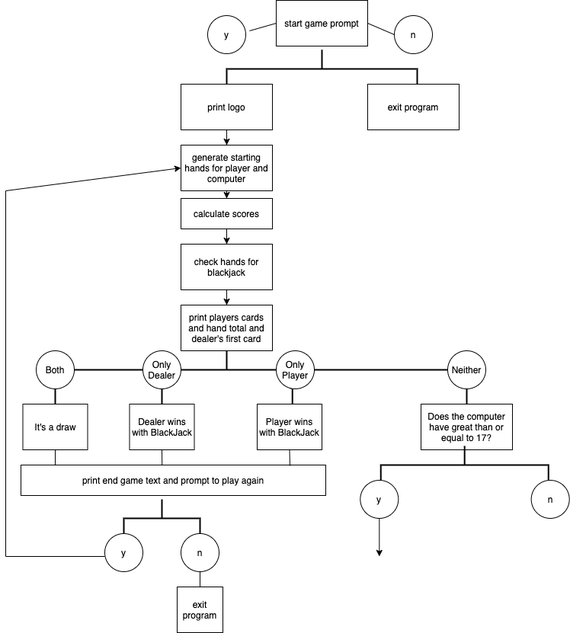
Before: Day11/BlackJackFlowchart.png, a diagram exported from draw.io (waterseeker/100DaysOfCodePython). Source tidied: cells renumbered, new cells last; positions are measured from the earlier drawing's top-left corner, leaving out a move shared by most shapes.
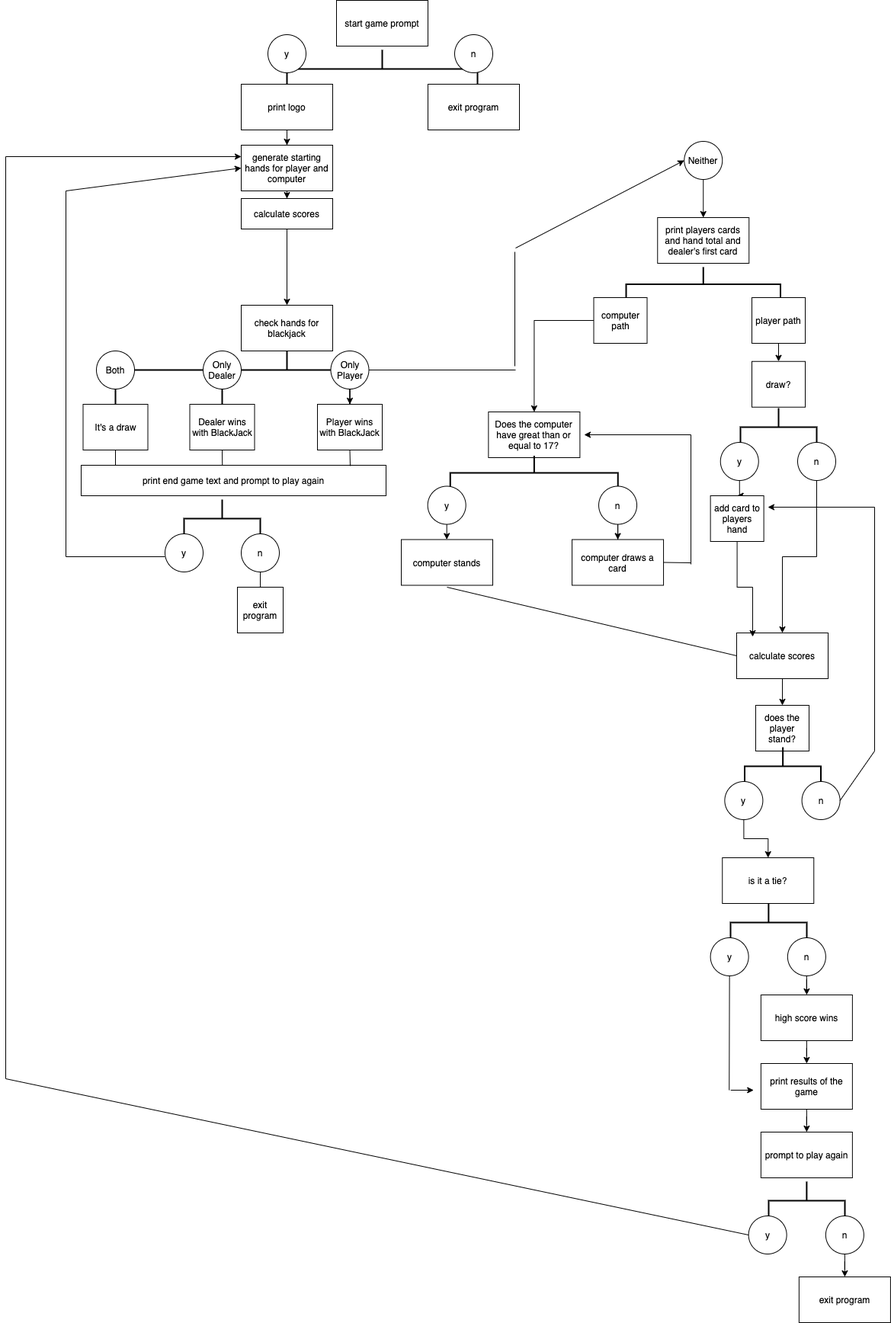
The same file after the commit.

Commit message:
added score logic, working on gameplay

Change to the diagram source:
```diff
@@ -29,28 +29,22 @@
       <mxGeometry x="230" y="225" width="120" height="60" as="geometry" />
     </mxCell>
     <mxCell id="10" value="print players cards and hand total and dealer's first card" style="rounded=0;whiteSpace=wrap;html=1;" parent="1" vertex="1">
-      <mxGeometry x="230" y="435" width="120" height="60" as="geometry" />
+      <mxGeometry x="776.2" y="320" width="120" height="60" as="geometry" />
     </mxCell>
     <mxCell id="11" style="strokeWidth=2;html=1;shape=mxgraph.flowchart.annotation_2;align=left;labelPosition=right;rotation=90;" parent="1" vertex="1">
       <mxGeometry x="265" y="435" width="50" height="170" as="geometry" />
     </mxCell>
-    <mxCell id="12" style="edgeStyle=orthogonalEdgeStyle;rounded=0;jettySize=auto;html=1;" parent="1" edge="1" source="13" target="10">
-      <mxGeometry relative="1" as="geometry" />
-    </mxCell>
     <mxCell id="13" value="check hands for blackjack" style="rounded=0;whiteSpace=wrap;html=1;" parent="1" vertex="1">
-      <mxGeometry x="230" y="355" width="120" height="60" as="geometry" />
+      <mxGeometry x="230" y="435" width="120" height="60" as="geometry" />
     </mxCell>
     <mxCell id="14" style="strokeWidth=2;html=1;shape=mxgraph.flowchart.annotation_1;align=left;rotation=90;" parent="1" vertex="1">
       <mxGeometry x="110" y="475" width="50" height="140" as="geometry" />
     </mxCell>
-    <mxCell id="15" style="strokeWidth=2;html=1;shape=mxgraph.flowchart.annotation_1;align=left;rotation=90;" parent="1" vertex="1">
-      <mxGeometry x="465.6" y="430.6" width="50" height="228.8" as="geometry" />
-    </mxCell>
     <mxCell id="16" value="y" style="ellipse;whiteSpace=wrap;html=1;" parent="1" vertex="1">
-      <mxGeometry x="265" y="55" width="50" height="50" as="geometry" />
+      <mxGeometry x="265" y="80" width="50" height="50" as="geometry" />
     </mxCell>
     <mxCell id="17" value="n" style="ellipse;whiteSpace=wrap;html=1;" parent="1" vertex="1">
-      <mxGeometry x="510" y="55" width="50" height="50" as="geometry" />
+      <mxGeometry x="510" y="80" width="50" height="50" as="geometry" />
     </mxCell>
     <mxCell id="18" value="Both" style="ellipse;whiteSpace=wrap;html=1;" parent="1" vertex="1">
       <mxGeometry x="40" y="495" width="50" height="50" as="geometry" />
@@ -58,11 +52,17 @@
     <mxCell id="19" value="Only Dealer" style="ellipse;whiteSpace=wrap;html=1;" parent="1" vertex="1">
       <mxGeometry x="180" y="495" width="50" height="50" as="geometry" />
     </mxCell>
+    <mxCell id="46" style="edgeStyle=orthogonalEdgeStyle;rounded=0;jettySize=auto;html=1;" parent="1" edge="1" source="20" target="24">
+      <mxGeometry relative="1" as="geometry" />
+    </mxCell>
     <mxCell id="20" value="Only Player" style="ellipse;whiteSpace=wrap;html=1;" parent="1" vertex="1">
-      <mxGeometry x="355" y="495" width="50" height="50" as="geometry" />
+      <mxGeometry x="347.5" y="495" width="50" height="50" as="geometry" />
     </mxCell>
+    <mxCell id="47" style="edgeStyle=orthogonalEdgeStyle;rounded=0;jettySize=auto;html=1;entryX=0.5;entryY=0;entryDx=0;entryDy=0;" parent="1" edge="1" source="21" target="10">
+      <mxGeometry relative="1" as="geometry" />
+    </mxCell>
     <mxCell id="21" value="Neither" style="ellipse;whiteSpace=wrap;html=1;" parent="1" vertex="1">
-      <mxGeometry x="580" y="495" width="50" height="50" as="geometry" />
+      <mxGeometry x="811.2" y="220" width="50" height="50" as="geometry" />
     </mxCell>
     <mxCell id="22" value="It's a draw" style="rounded=0;whiteSpace=wrap;html=1;" parent="1" vertex="1">
       <mxGeometry x="22.5" y="565" width="85" height="60" as="geometry" />
@@ -73,14 +73,6 @@
     <mxCell id="24" value="Player wins with BlackJack" style="rounded=0;whiteSpace=wrap;html=1;" parent="1" vertex="1">
       <mxGeometry x="330" y="565" width="85" height="60" as="geometry" />
     </mxCell>
-    <mxCell id="25" style="endArrow=none;html=1;entryX=0;entryY=0.5;entryDx=0;entryDy=0;" parent="1" edge="1" target="2">
-      <mxGeometry relative="1" as="geometry">
-        <mxPoint x="320" y="75" as="sourcePoint" />
-      </mxGeometry>
-    </mxCell>
-    <mxCell id="26" style="endArrow=none;html=1;entryX=0;entryY=0.5;entryDx=0;entryDy=0;exitX=1;exitY=0.5;exitDx=0;exitDy=0;" parent="1" edge="1" source="2" target="17">
-      <mxGeometry relative="1" as="geometry" />
-    </mxCell>
     <mxCell id="27" value="print end game text and prompt to play again" style="rounded=0;whiteSpace=wrap;html=1;" parent="1" vertex="1">
       <mxGeometry x="20" y="645" width="400" height="40" as="geometry" />
     </mxCell>
@@ -138,21 +130,215 @@
       <mxGeometry x="230" y="295" width="120" height="40" as="geometry" />
     </mxCell>
     <mxCell id="41" value="Does the computer have great than or equal to 17?" style="rounded=0;whiteSpace=wrap;html=1;" parent="1" vertex="1">
-      <mxGeometry x="545" y="565" width="120" height="60" as="geometry" />
+      <mxGeometry x="554.4" y="575" width="120" height="60" as="geometry" />
     </mxCell>
     <mxCell id="42" style="strokeWidth=2;html=1;shape=mxgraph.flowchart.annotation_2;align=left;labelPosition=right;rotation=90;" parent="1" vertex="1">
-      <mxGeometry x="577.2" y="535" width="50" height="220" as="geometry" />
+      <mxGeometry x="591.9" y="545" width="45" height="220" as="geometry" />
     </mxCell>
-    <mxCell id="43" style="edgeStyle=orthogonalEdgeStyle;rounded=0;jettySize=auto;html=1;" parent="1" edge="1" source="44">
-      <mxGeometry relative="1" as="geometry">
-        <mxPoint x="490.3" y="765" as="targetPoint" />
-      </mxGeometry>
-    </mxCell>
+    <mxCell id="48" style="edgeStyle=orthogonalEdgeStyle;rounded=0;jettySize=auto;html=1;entryX=0.5;entryY=0;entryDx=0;entryDy=0;" parent="1" edge="1" source="44" target="50">
+      <mxGeometry relative="1" as="geometry" />
+    </mxCell>
     <mxCell id="44" value="y" style="ellipse;whiteSpace=wrap;html=1;" parent="1" vertex="1">
-      <mxGeometry x="465.3" y="665" width="50" height="50" as="geometry" />
+      <mxGeometry x="474.7" y="672.5" width="50" height="50" as="geometry" />
     </mxCell>
+    <mxCell id="49" style="edgeStyle=orthogonalEdgeStyle;rounded=0;jettySize=auto;html=1;entryX=0.5;entryY=0;entryDx=0;entryDy=0;" parent="1" edge="1" source="45" target="51">
+      <mxGeometry relative="1" as="geometry" />
+    </mxCell>
     <mxCell id="45" value="n" style="ellipse;whiteSpace=wrap;html=1;" parent="1" vertex="1">
-      <mxGeometry x="689.7" y="665" width="50" height="50" as="geometry" />
+      <mxGeometry x="699" y="672.5" width="50" height="50" as="geometry" />
     </mxCell>
+    <mxCell id="50" value="computer stands" style="rounded=0;whiteSpace=wrap;html=1;" parent="1" vertex="1">
+      <mxGeometry x="440" y="742.5" width="120" height="60" as="geometry" />
+    </mxCell>
+    <mxCell id="51" value="computer draws a card" style="rounded=0;whiteSpace=wrap;html=1;" parent="1" vertex="1">
+      <mxGeometry x="664.1" y="742.5" width="120" height="60" as="geometry" />
+    </mxCell>
+    <mxCell id="52" style="strokeWidth=2;html=1;shape=mxgraph.flowchart.annotation_2;align=left;labelPosition=right;rotation=90;" parent="1" vertex="1">
+      <mxGeometry x="813.8" y="306.2" width="45" height="202.5" as="geometry" />
+    </mxCell>
+    <mxCell id="53" style="edgeStyle=orthogonalEdgeStyle;rounded=0;jettySize=auto;html=1;entryX=0.5;entryY=0;entryDx=0;entryDy=0;" parent="1" edge="1" source="54" target="41">
+      <mxGeometry relative="1" as="geometry" />
+    </mxCell>
+    <mxCell id="54" value="computer path" style="rounded=0;whiteSpace=wrap;html=1;" parent="1" vertex="1">
+      <mxGeometry x="692.5" y="425" width="70" height="60" as="geometry" />
+    </mxCell>
+    <mxCell id="55" style="edgeStyle=orthogonalEdgeStyle;rounded=0;jettySize=auto;html=1;entryX=0.5;entryY=0;entryDx=0;entryDy=0;" parent="1" edge="1" source="56" target="64">
+      <mxGeometry relative="1" as="geometry" />
+    </mxCell>
+    <mxCell id="56" value="player path" style="rounded=0;whiteSpace=wrap;html=1;" parent="1" vertex="1">
+      <mxGeometry x="900" y="425" width="70" height="60" as="geometry" />
+    </mxCell>
+    <mxCell id="57" style="endArrow=none;html=1;exitX=1;exitY=0.5;exitDx=0;exitDy=0;" parent="1" edge="1" source="51">
+      <mxGeometry relative="1" as="geometry">
+        <mxPoint x="820" y="773" as="targetPoint" />
+      </mxGeometry>
+    </mxCell>
+    <mxCell id="58" style="endArrow=none;html=1;" parent="1" edge="1">
+      <mxGeometry relative="1" as="geometry">
+        <mxPoint x="820" y="605" as="sourcePoint" />
+        <mxPoint x="820" y="775" as="targetPoint" />
+      </mxGeometry>
+    </mxCell>
+    <mxCell id="59" style="endArrow=classic;html=1;" parent="1" edge="1">
+      <mxGeometry relative="1" as="geometry">
+        <mxPoint x="820" y="605" as="sourcePoint" />
+        <mxPoint x="680" y="605" as="targetPoint" />
+      </mxGeometry>
+    </mxCell>
+    <mxCell id="60" style="strokeWidth=2;html=1;shape=mxgraph.flowchart.annotation_2;align=left;labelPosition=right;rotation=90;" parent="1" vertex="1">
+      <mxGeometry x="910" y="545" width="50" height="100" as="geometry" />
+    </mxCell>
+    <mxCell id="61" style="endArrow=none;html=1;entryX=1;entryY=0.5;entryDx=0;entryDy=0;" parent="1" edge="1" target="20">
+      <mxGeometry relative="1" as="geometry">
+        <mxPoint x="590" y="520" as="sourcePoint" />
+      </mxGeometry>
+    </mxCell>
+    <mxCell id="62" style="endArrow=none;html=1;" parent="1" edge="1">
+      <mxGeometry relative="1" as="geometry">
+        <mxPoint x="589" y="365" as="sourcePoint" />
+        <mxPoint x="589" y="515" as="targetPoint" />
+      </mxGeometry>
+    </mxCell>
+    <mxCell id="63" style="endArrow=classic;html=1;entryX=0;entryY=0.5;entryDx=0;entryDy=0;" parent="1" edge="1" target="21">
+      <mxGeometry relative="1" as="geometry">
+        <mxPoint x="590" y="360" as="sourcePoint" />
+      </mxGeometry>
+    </mxCell>
+    <mxCell id="64" value="draw?" style="rounded=0;whiteSpace=wrap;html=1;" parent="1" vertex="1">
+      <mxGeometry x="900" y="508.8" width="70" height="60" as="geometry" />
+    </mxCell>
+    <mxCell id="65" style="edgeStyle=orthogonalEdgeStyle;rounded=0;jettySize=auto;html=1;" parent="1" edge="1" source="66" target="93">
+      <mxGeometry relative="1" as="geometry" />
+    </mxCell>
+    <mxCell id="66" value="y" style="ellipse;whiteSpace=wrap;html=1;" parent="1" vertex="1">
+      <mxGeometry x="858.8" y="615" width="50" height="50" as="geometry" />
+    </mxCell>
+    <mxCell id="67" style="edgeStyle=orthogonalEdgeStyle;rounded=0;jettySize=auto;html=1;entryX=0.5;entryY=0;entryDx=0;entryDy=0;" parent="1" edge="1" source="68" target="71">
+      <mxGeometry relative="1" as="geometry" />
+    </mxCell>
+    <mxCell id="68" value="n" style="ellipse;whiteSpace=wrap;html=1;" parent="1" vertex="1">
+      <mxGeometry x="960" y="615" width="50" height="50" as="geometry" />
+    </mxCell>
+    <mxCell id="69" style="endArrow=none;html=1;exitX=0;exitY=0.5;exitDx=0;exitDy=0;" parent="1" edge="1" source="71">
+      <mxGeometry relative="1" as="geometry">
+        <mxPoint x="500" y="805" as="targetPoint" />
+      </mxGeometry>
+    </mxCell>
+    <mxCell id="70" style="edgeStyle=orthogonalEdgeStyle;rounded=0;jettySize=auto;html=1;" parent="1" edge="1" source="71" target="94">
+      <mxGeometry relative="1" as="geometry" />
+    </mxCell>
+    <mxCell id="71" value="calculate scores" style="rounded=0;whiteSpace=wrap;html=1;" parent="1" vertex="1">
+      <mxGeometry x="880" y="865" width="120" height="60" as="geometry" />
+    </mxCell>
+    <mxCell id="72" value="is it a tie?" style="rounded=0;whiteSpace=wrap;html=1;" parent="1" vertex="1">
+      <mxGeometry x="861.2" y="1160" width="120" height="60" as="geometry" />
+    </mxCell>
+    <mxCell id="73" style="strokeWidth=2;html=1;shape=mxgraph.flowchart.annotation_2;align=left;labelPosition=right;rotation=90;" parent="1" vertex="1">
+      <mxGeometry x="896.9" y="1195" width="50" height="100" as="geometry" />
+    </mxCell>
+    <mxCell id="74" value="y" style="ellipse;whiteSpace=wrap;html=1;" parent="1" vertex="1">
+      <mxGeometry x="845.6" y="1265" width="50" height="50" as="geometry" />
+    </mxCell>
+    <mxCell id="75" style="edgeStyle=orthogonalEdgeStyle;rounded=0;jettySize=auto;html=1;entryX=0.5;entryY=0;entryDx=0;entryDy=0;" parent="1" edge="1" source="76" target="78">
+      <mxGeometry relative="1" as="geometry" />
+    </mxCell>
+    <mxCell id="76" value="n" style="ellipse;whiteSpace=wrap;html=1;" parent="1" vertex="1">
+      <mxGeometry x="946.9" y="1265" width="50" height="50" as="geometry" />
+    </mxCell>
+    <mxCell id="77" style="edgeStyle=orthogonalEdgeStyle;rounded=0;jettySize=auto;html=1;entryX=0.5;entryY=0;entryDx=0;entryDy=0;" parent="1" edge="1" source="78" target="80">
+      <mxGeometry relative="1" as="geometry" />
+    </mxCell>
+    <mxCell id="78" value="high score wins" style="rounded=0;whiteSpace=wrap;html=1;" parent="1" vertex="1">
+      <mxGeometry x="911.9" y="1340" width="120" height="60" as="geometry" />
+    </mxCell>
+    <mxCell id="79" style="edgeStyle=orthogonalEdgeStyle;rounded=0;jettySize=auto;html=1;entryX=0.5;entryY=0;entryDx=0;entryDy=0;" parent="1" edge="1" source="80" target="81">
+      <mxGeometry relative="1" as="geometry" />
+    </mxCell>
+    <mxCell id="80" value="print results of the game" style="rounded=0;whiteSpace=wrap;html=1;" parent="1" vertex="1">
+      <mxGeometry x="911.9" y="1430" width="120" height="60" as="geometry" />
+    </mxCell>
+    <mxCell id="81" value="prompt to play again" style="rounded=0;whiteSpace=wrap;html=1;" parent="1" vertex="1">
+      <mxGeometry x="911.9" y="1520" width="120" height="60" as="geometry" />
+    </mxCell>
+    <mxCell id="82" style="strokeWidth=2;html=1;shape=mxgraph.flowchart.annotation_2;align=left;labelPosition=right;rotation=90;" parent="1" vertex="1">
+      <mxGeometry x="946.9" y="1560" width="50" height="100" as="geometry" />
+    </mxCell>
+    <mxCell id="83" value="y" style="ellipse;whiteSpace=wrap;html=1;" parent="1" vertex="1">
+      <mxGeometry x="895.6" y="1630" width="50" height="50" as="geometry" />
+    </mxCell>
+    <mxCell id="84" style="edgeStyle=orthogonalEdgeStyle;rounded=0;jettySize=auto;html=1;" parent="1" edge="1" source="85" target="86">
+      <mxGeometry relative="1" as="geometry" />
+    </mxCell>
+    <mxCell id="85" value="n" style="ellipse;whiteSpace=wrap;html=1;" parent="1" vertex="1">
+      <mxGeometry x="996.9" y="1630" width="50" height="50" as="geometry" />
+    </mxCell>
+    <mxCell id="86" value="exit program" style="rounded=0;whiteSpace=wrap;html=1;" parent="1" vertex="1">
+      <mxGeometry x="961.9" y="1710" width="120" height="60" as="geometry" />
+    </mxCell>
+    <mxCell id="87" style="endArrow=none;html=1;exitX=0;exitY=0.5;exitDx=0;exitDy=0;" parent="1" edge="1" source="83">
+      <mxGeometry relative="1" as="geometry">
+        <mxPoint x="-79" y="1450" as="targetPoint" />
+      </mxGeometry>
+    </mxCell>
+    <mxCell id="88" style="endArrow=none;html=1;" parent="1" edge="1">
+      <mxGeometry relative="1" as="geometry">
+        <mxPoint x="-79" y="1450" as="sourcePoint" />
+        <mxPoint x="-79" y="240" as="targetPoint" />
+      </mxGeometry>
+    </mxCell>
+    <mxCell id="89" style="endArrow=classic;html=1;entryX=0;entryY=0.25;entryDx=0;entryDy=0;" parent="1" edge="1" target="9">
+      <mxGeometry relative="1" as="geometry">
+        <mxPoint x="-79" y="240" as="sourcePoint" />
+      </mxGeometry>
+    </mxCell>
+    <mxCell id="90" style="endArrow=none;html=1;entryX=0.5;entryY=1;entryDx=0;entryDy=0;" parent="1" edge="1" target="74">
+      <mxGeometry relative="1" as="geometry">
+        <mxPoint x="870.2" y="1465" as="sourcePoint" />
+      </mxGeometry>
+    </mxCell>
+    <mxCell id="91" style="endArrow=classic;html=1;" parent="1" edge="1">
+      <mxGeometry relative="1" as="geometry">
+        <mxPoint x="872.2" y="1465" as="sourcePoint" />
+        <mxPoint x="902.2" y="1465" as="targetPoint" />
+      </mxGeometry>
+    </mxCell>
+    <mxCell id="92" style="edgeStyle=orthogonalEdgeStyle;rounded=0;jettySize=auto;html=1;entryX=0.175;entryY=0.083;entryDx=0;entryDy=0;entryPerimeter=0;" parent="1" edge="1" source="93" target="71">
+      <mxGeometry relative="1" as="geometry" />
+    </mxCell>
+    <mxCell id="93" value="add card to players hand" style="rounded=0;whiteSpace=wrap;html=1;" parent="1" vertex="1">
+      <mxGeometry x="845.6" y="685" width="70" height="60" as="geometry" />
+    </mxCell>
+    <mxCell id="94" value="does the player stand?" style="rounded=0;whiteSpace=wrap;html=1;" parent="1" vertex="1">
+      <mxGeometry x="905" y="960" width="70" height="60" as="geometry" />
+    </mxCell>
+    <mxCell id="95" style="strokeWidth=2;html=1;shape=mxgraph.flowchart.annotation_2;align=left;labelPosition=right;rotation=90;" parent="1" vertex="1">
+      <mxGeometry x="915.6" y="990" width="50" height="100" as="geometry" />
+    </mxCell>
+    <mxCell id="96" style="edgeStyle=orthogonalEdgeStyle;rounded=0;jettySize=auto;html=1;entryX=0.5;entryY=0;entryDx=0;entryDy=0;" parent="1" edge="1" source="97" target="72">
+      <mxGeometry relative="1" as="geometry" />
+    </mxCell>
+    <mxCell id="97" value="y" style="ellipse;whiteSpace=wrap;html=1;" parent="1" vertex="1">
+      <mxGeometry x="864.4" y="1060" width="50" height="50" as="geometry" />
+    </mxCell>
+    <mxCell id="98" value="n" style="ellipse;whiteSpace=wrap;html=1;" parent="1" vertex="1">
+      <mxGeometry x="965.6" y="1060" width="50" height="50" as="geometry" />
+    </mxCell>
+    <mxCell id="99" style="endArrow=none;html=1;exitX=1;exitY=0.5;exitDx=0;exitDy=0;" parent="1" edge="1" source="98">
+      <mxGeometry relative="1" as="geometry">
+        <mxPoint x="1061" y="1020" as="targetPoint" />
+      </mxGeometry>
+    </mxCell>
+    <mxCell id="100" style="endArrow=none;html=1;" parent="1" edge="1">
+      <mxGeometry relative="1" as="geometry">
+        <mxPoint x="1061" y="1020" as="sourcePoint" />
+        <mxPoint x="1061" y="700" as="targetPoint" />
+      </mxGeometry>
+    </mxCell>
+    <mxCell id="101" style="endArrow=classic;html=1;" parent="1" edge="1">
+      <mxGeometry relative="1" as="geometry">
+        <mxPoint x="1061" y="700" as="sourcePoint" />
+        <mxPoint x="921" y="700" as="targetPoint" />
+      </mxGeometry>
+    </mxCell>
   </root>
 </mxGraphModel>
```
